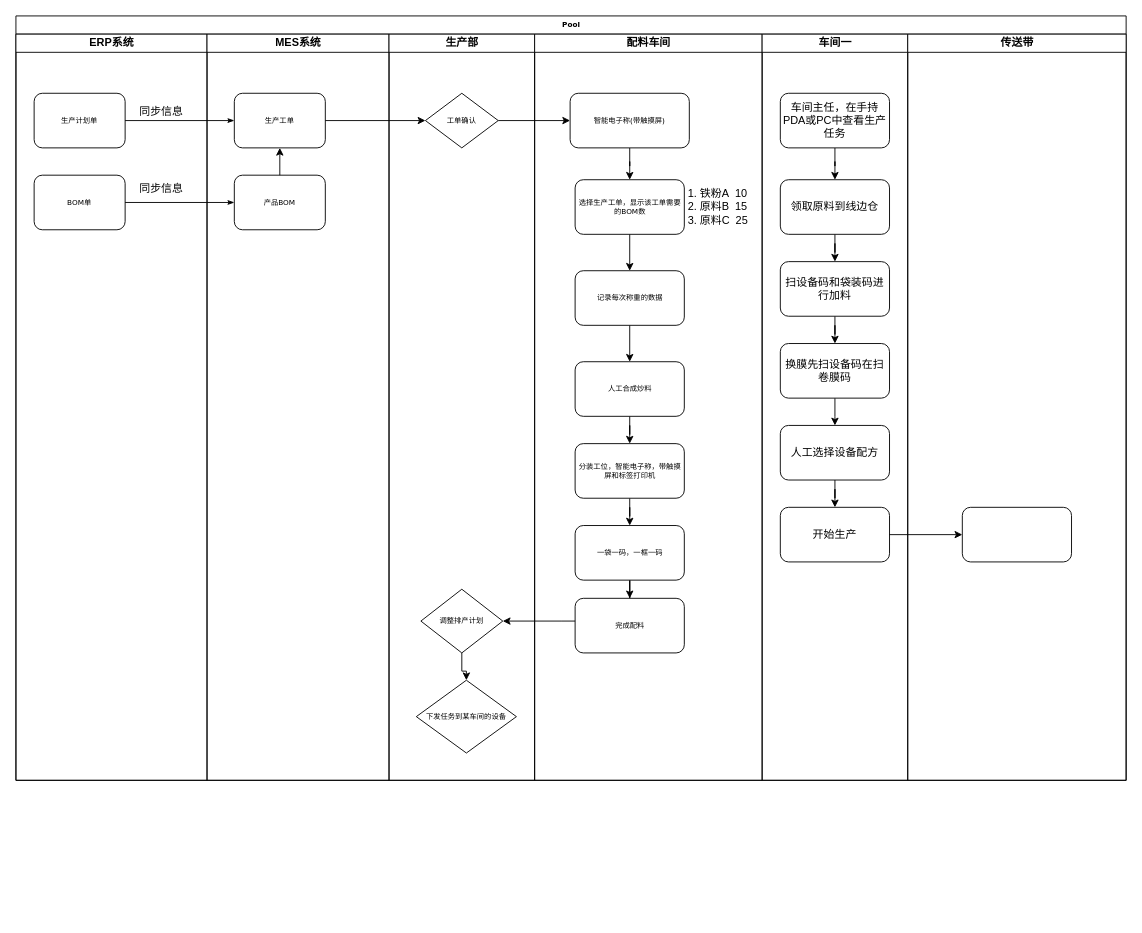
chenyanxi/hosts keeps this draw.io diagram as data/MES.drawio. Above is the earlier version. Source tidied: cells renumbered, new cells numbered last; positions are measured from the earlier drawing's top-left corner, leaving out a move shared by most shapes. Both pictures are drawn from the tidied source at 91%, with x=0, y=0 at pixel (15, 15).
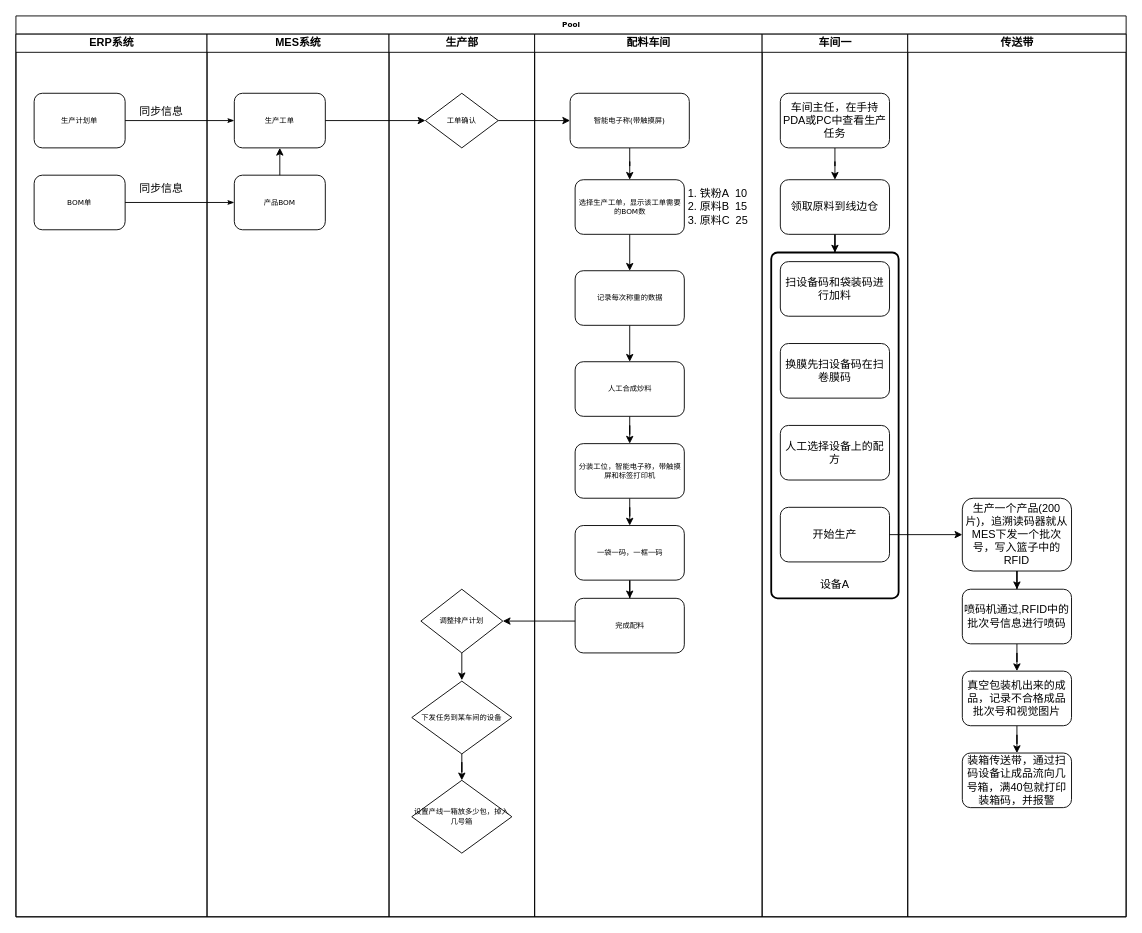
The same diagram, later.

Unchanged cells that the change refers to:
```xml
<mxCell id="17" value="调整排产计划" style="rhombus;whiteSpace=wrap;html=1;rounded=0;shadow=0;labelBackgroundColor=none;strokeWidth=1;fontFamily=Verdana;fontSize=8;align=center;" parent="14" vertex="1">
  <mxGeometry x="35" y="610" width="90" height="70" as="geometry" />
</mxCell>
<mxCell id="38" value="领取原料到线边仓" style="whiteSpace=wrap;html=1;rounded=1;" parent="34" vertex="1">
  <mxGeometry x="20" y="160" width="120" height="60" as="geometry" />
</mxCell>
<mxCell id="40" value="扫设备码和袋装码进行加料" style="whiteSpace=wrap;html=1;rounded=1;" parent="34" vertex="1">
  <mxGeometry x="20" y="250" width="120" height="60" as="geometry" />
</mxCell>
<mxCell id="42" value="换膜先扫设备码在扫卷膜码" style="whiteSpace=wrap;html=1;rounded=1;" parent="34" vertex="1">
  <mxGeometry x="20" y="340" width="120" height="60" as="geometry" />
</mxCell>
<mxCell id="45" value="开始生产" style="whiteSpace=wrap;html=1;rounded=1;" parent="34" vertex="1">
  <mxGeometry x="20" y="520" width="120" height="60" as="geometry" />
</mxCell>
```

What changed in the source:
```diff
@@
     <mxCell id="2" value="Pool" style="swimlane;html=1;startSize=20;rounded=0;shadow=0;labelBackgroundColor=none;strokeWidth=1;fontFamily=Verdana;fontSize=8;align=center;" parent="1" vertex="1">
-      <mxGeometry width="1220" height="840" as="geometry" />
+      <mxGeometry width="1220" height="990" as="geometry" />
     </mxCell>
     <mxCell id="3" value="ERP系统" style="swimlane;html=1;startSize=20;" parent="2" vertex="1">
-      <mxGeometry y="20" width="210" height="820" as="geometry" />
+      <mxGeometry y="20" width="210" height="970" as="geometry" />
     </mxCell>
@@
     <mxCell id="10" value="MES系统" style="swimlane;html=1;startSize=20;" parent="2" vertex="1">
-      <mxGeometry x="210" y="20" width="200" height="820" as="geometry" />
+      <mxGeometry x="210" y="20" width="200" height="970" as="geometry" />
     </mxCell>
@@
     <mxCell id="14" value="生产部" style="swimlane;html=1;startSize=20;" parent="2" vertex="1">
-      <mxGeometry x="410" y="20" width="160" height="820" as="geometry" />
+      <mxGeometry x="410" y="20" width="160" height="970" as="geometry" />
     </mxCell>
@@
-    <mxCell id="16" style="edgeStyle=orthogonalEdgeStyle;rounded=0;jettySize=auto;html=1;" parent="14" edge="1" source="17" target="18">
-      <mxGeometry relative="1" as="geometry" />
+    <mxCell id="16" style="edgeStyle=orthogonalEdgeStyle;rounded=0;jettySize=auto;html=1;" parent="14" edge="1" source="17">
+      <mxGeometry relative="1" as="geometry">
+        <mxPoint x="80" y="710" as="targetPoint" />
+      </mxGeometry>
     </mxCell>
@@
     <mxCell id="18" value="下发任务到某车间的设备" style="rhombus;whiteSpace=wrap;html=1;rounded=0;shadow=0;labelBackgroundColor=none;strokeWidth=1;fontFamily=Verdana;fontSize=8;align=center;" parent="14" vertex="1">
-      <mxGeometry x="30" y="710" width="110" height="80" as="geometry" />
+      <mxGeometry x="25" y="711" width="110" height="80" as="geometry" />
     </mxCell>
+    <mxCell id="52" value="设置产线一箱放多少包，掉入几号箱" style="rhombus;whiteSpace=wrap;html=1;rounded=0;shadow=0;labelBackgroundColor=none;strokeWidth=1;fontFamily=Verdana;fontSize=8;align=center;" parent="14" vertex="1">
+      <mxGeometry x="25" y="820" width="110" height="80" as="geometry" />
+    </mxCell>
+    <mxCell id="53" style="edgeStyle=orthogonalEdgeStyle;rounded=0;jettySize=auto;html=1;" parent="14" edge="1" source="18" target="52">
+      <mxGeometry relative="1" as="geometry" />
+    </mxCell>
     <mxCell id="19" value="配料车间" style="swimlane;html=1;startSize=20;" parent="2" vertex="1">
-      <mxGeometry x="570" y="20" width="250" height="820" as="geometry" />
+      <mxGeometry x="570" y="20" width="250" height="970" as="geometry" />
     </mxCell>
@@
     <mxCell id="34" value="车间一" style="swimlane;html=1;startSize=20;" parent="2" vertex="1">
-      <mxGeometry x="820" y="20" width="160" height="820" as="geometry" />
+      <mxGeometry x="820" y="20" width="160" height="970" as="geometry" />
     </mxCell>
@@
-    <mxCell id="37" style="edgeStyle=orthogonalEdgeStyle;rounded=0;jettySize=auto;html=1;" parent="34" edge="1" source="38" target="40">
+    <mxCell id="37" style="edgeStyle=orthogonalEdgeStyle;rounded=0;jettySize=auto;html=1;entryX=0.5;entryY=0;entryDx=0;entryDy=0;" parent="34" edge="1" source="38" target="54">
       <mxGeometry relative="1" as="geometry" />
     </mxCell>
@@
+    <mxCell id="41" style="edgeStyle=orthogonalEdgeStyle;rounded=0;jettySize=auto;html=1;" parent="34" edge="1" source="42">
+      <mxGeometry relative="1" as="geometry">
+        <mxPoint x="80" y="430" as="targetPoint" />
+      </mxGeometry>
+    </mxCell>
+    <mxCell id="43" style="edgeStyle=orthogonalEdgeStyle;rounded=0;jettySize=auto;html=1;" parent="34" edge="1" source="44" target="45">
+      <mxGeometry relative="1" as="geometry" />
+    </mxCell>
+    <mxCell id="54" style="rounded=1;whiteSpace=wrap;html=1;absoluteArcSize=1;arcSize=14;strokeWidth=2;" parent="34" vertex="1">
+      <mxGeometry x="10" y="240" width="140" height="380" as="geometry" />
+    </mxCell>
@@
-    <mxCell id="41" style="edgeStyle=orthogonalEdgeStyle;rounded=0;jettySize=auto;html=1;" parent="34" edge="1" source="42">
-      <mxGeometry relative="1" as="geometry">
-        <mxPoint x="80" y="430" as="targetPoint" />
-      </mxGeometry>
-    </mxCell>
@@
-    <mxCell id="43" style="edgeStyle=orthogonalEdgeStyle;rounded=0;jettySize=auto;html=1;" parent="34" edge="1" source="44" target="45">
-      <mxGeometry relative="1" as="geometry" />
-    </mxCell>
-    <mxCell id="44" value="人工选择设备配方" style="whiteSpace=wrap;html=1;rounded=1;" parent="34" vertex="1">
+    <mxCell id="44" value="人工选择设备上的配方" style="whiteSpace=wrap;html=1;rounded=1;" parent="34" vertex="1">
       <mxGeometry x="20" y="430" width="120" height="60" as="geometry" />
     </mxCell>
@@
+    <mxCell id="55" value="设备A" style="text;html=1;strokeColor=none;fillColor=none;align=center;verticalAlign=middle;whiteSpace=wrap;rounded=0;" parent="34" vertex="1">
+      <mxGeometry x="50" y="590" width="60" height="30" as="geometry" />
+    </mxCell>
     <mxCell id="46" value="传送带" style="swimlane;html=1;startSize=20;" parent="2" vertex="1">
-      <mxGeometry x="980" y="20" width="240" height="820" as="geometry" />
+      <mxGeometry x="980" y="20" width="240" height="970" as="geometry" />
     </mxCell>
+    <mxCell id="56" style="edgeStyle=orthogonalEdgeStyle;rounded=0;jettySize=auto;html=1;" parent="46" edge="1" source="47" target="58">
+      <mxGeometry relative="1" as="geometry" />
+    </mxCell>
-    <mxCell id="47" style="whiteSpace=wrap;html=1;rounded=1;" parent="46" vertex="1">
-      <mxGeometry x="60" y="520" width="120" height="60" as="geometry" />
+    <mxCell id="47" value="生产一个产品(200片)，追溯读码器就从MES下发一个批次号，写入篮子中的RFID" style="whiteSpace=wrap;html=1;rounded=1;" parent="46" vertex="1">
+      <mxGeometry x="60" y="510" width="120" height="80" as="geometry" />
     </mxCell>
+    <mxCell id="57" style="edgeStyle=orthogonalEdgeStyle;rounded=0;jettySize=auto;html=1;" parent="46" edge="1" source="58" target="60">
+      <mxGeometry relative="1" as="geometry" />
+    </mxCell>
+    <mxCell id="58" value="喷码机通过,RFID中的批次号信息进行喷码" style="whiteSpace=wrap;html=1;rounded=1;" parent="46" vertex="1">
+      <mxGeometry x="60" y="610" width="120" height="60" as="geometry" />
+    </mxCell>
+    <mxCell id="59" style="edgeStyle=orthogonalEdgeStyle;rounded=0;jettySize=auto;html=1;" parent="46" edge="1" source="60" target="61">
+      <mxGeometry relative="1" as="geometry" />
+    </mxCell>
+    <mxCell id="60" value="真空包装机出来的成品，记录不合格成品批次号和视觉图片" style="whiteSpace=wrap;html=1;rounded=1;" parent="46" vertex="1">
+      <mxGeometry x="60" y="700" width="120" height="60" as="geometry" />
+    </mxCell>
+    <mxCell id="61" value="装箱传送带，通过扫码设备让成品流向几号箱，满40包就打印装箱码，并报警" style="whiteSpace=wrap;html=1;rounded=1;" parent="46" vertex="1">
+      <mxGeometry x="60" y="790" width="120" height="60" as="geometry" />
+    </mxCell>
```
